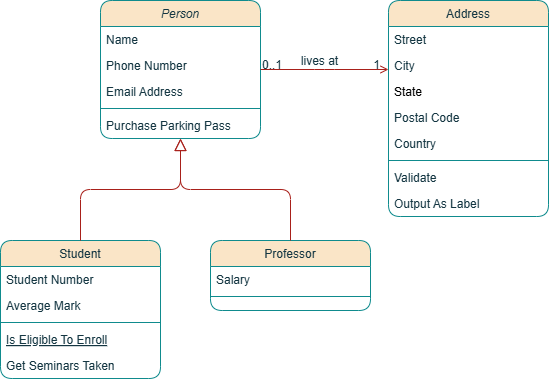
Earlier version of the draw.io export Trail.drawio.png (ravisankargv96/1.SpringWebApp). Source tidied: cells renumbered, new cells last; positions are measured from the earlier drawing's top-left corner, leaving out a move shared by most shapes.
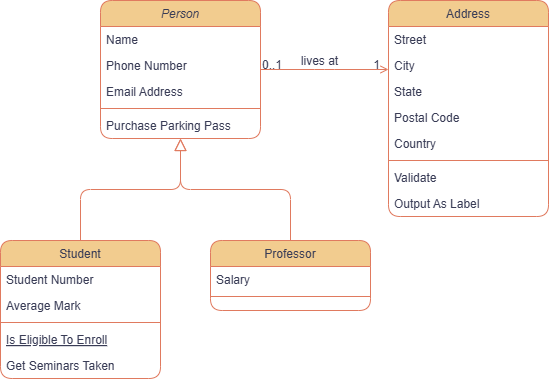
Later version of the same file.

The edit, as a diff of the source:
```diff
@@ -2,100 +2,100 @@
   <root>
     <mxCell id="0" />
     <mxCell id="1" parent="0" />
-    <mxCell id="2" value="Person" style="swimlane;fontStyle=2;align=center;verticalAlign=top;horizontal=1;startSize=26;rounded=1;shadow=0;strokeWidth=1;labelBackgroundColor=none;fillColor=#FAE5C7;strokeColor=#0F8B8D;fontColor=#143642;" parent="1" vertex="1">
+    <mxCell id="2" value="Person" style="swimlane;fontStyle=2;align=center;verticalAlign=top;horizontal=1;startSize=26;rounded=1;shadow=0;strokeWidth=1;labelBackgroundColor=none;fillColor=#F2CC8F;strokeColor=#E07A5F;fontColor=#393C56;" parent="1" vertex="1">
       <mxGeometry x="100" width="160" height="138" as="geometry" />
     </mxCell>
-    <mxCell id="3" value="Name" style="text;align=left;verticalAlign=top;spacingLeft=4;spacingRight=4;overflow=hidden;labelBackgroundColor=none;rounded=1;fontColor=#143642;" parent="2" vertex="1">
+    <mxCell id="3" value="Name" style="text;align=left;verticalAlign=top;spacingLeft=4;spacingRight=4;overflow=hidden;labelBackgroundColor=none;rounded=1;fontColor=#393C56;" parent="2" vertex="1">
       <mxGeometry y="26" width="160" height="26" as="geometry" />
     </mxCell>
-    <mxCell id="4" value="Phone Number" style="text;align=left;verticalAlign=top;spacingLeft=4;spacingRight=4;overflow=hidden;rounded=1;shadow=0;html=0;labelBackgroundColor=none;fontColor=#143642;" parent="2" vertex="1">
+    <mxCell id="4" value="Phone Number" style="text;align=left;verticalAlign=top;spacingLeft=4;spacingRight=4;overflow=hidden;rounded=1;shadow=0;html=0;labelBackgroundColor=none;fontColor=#393C56;" parent="2" vertex="1">
       <mxGeometry y="52" width="160" height="26" as="geometry" />
     </mxCell>
-    <mxCell id="5" value="Email Address" style="text;align=left;verticalAlign=top;spacingLeft=4;spacingRight=4;overflow=hidden;rounded=1;shadow=0;html=0;labelBackgroundColor=none;fontColor=#143642;" parent="2" vertex="1">
+    <mxCell id="5" value="Email Address" style="text;align=left;verticalAlign=top;spacingLeft=4;spacingRight=4;overflow=hidden;rounded=1;shadow=0;html=0;labelBackgroundColor=none;fontColor=#393C56;" parent="2" vertex="1">
       <mxGeometry y="78" width="160" height="26" as="geometry" />
     </mxCell>
-    <mxCell id="6" style="line;html=1;strokeWidth=1;align=left;verticalAlign=middle;spacingTop=-1;spacingLeft=3;spacingRight=3;labelPosition=right;labelBackgroundColor=none;rounded=1;fillColor=#FAE5C7;strokeColor=#0F8B8D;fontColor=#143642;" parent="2" vertex="1">
+    <mxCell id="6" style="line;html=1;strokeWidth=1;align=left;verticalAlign=middle;spacingTop=-1;spacingLeft=3;spacingRight=3;labelPosition=right;labelBackgroundColor=none;rounded=1;fillColor=#F2CC8F;strokeColor=#E07A5F;fontColor=#393C56;" parent="2" vertex="1">
       <mxGeometry y="104" width="160" height="8" as="geometry" />
     </mxCell>
-    <mxCell id="7" value="Purchase Parking Pass" style="text;align=left;verticalAlign=top;spacingLeft=4;spacingRight=4;overflow=hidden;labelBackgroundColor=none;rounded=1;fontColor=#143642;" parent="2" vertex="1">
+    <mxCell id="7" value="Purchase Parking Pass" style="text;align=left;verticalAlign=top;spacingLeft=4;spacingRight=4;overflow=hidden;labelBackgroundColor=none;rounded=1;fontColor=#393C56;" parent="2" vertex="1">
       <mxGeometry y="112" width="160" height="26" as="geometry" />
     </mxCell>
-    <mxCell id="8" value="Student" style="swimlane;fontStyle=0;align=center;verticalAlign=top;horizontal=1;startSize=26;rounded=1;shadow=0;strokeWidth=1;labelBackgroundColor=none;fillColor=#FAE5C7;strokeColor=#0F8B8D;fontColor=#143642;" parent="1" vertex="1">
+    <mxCell id="8" value="Student" style="swimlane;fontStyle=0;align=center;verticalAlign=top;horizontal=1;startSize=26;rounded=1;shadow=0;strokeWidth=1;labelBackgroundColor=none;fillColor=#F2CC8F;strokeColor=#E07A5F;fontColor=#393C56;" parent="1" vertex="1">
       <mxGeometry y="240" width="160" height="138" as="geometry" />
     </mxCell>
-    <mxCell id="9" value="Student Number" style="text;align=left;verticalAlign=top;spacingLeft=4;spacingRight=4;overflow=hidden;labelBackgroundColor=none;rounded=1;fontColor=#143642;" parent="8" vertex="1">
+    <mxCell id="9" value="Student Number" style="text;align=left;verticalAlign=top;spacingLeft=4;spacingRight=4;overflow=hidden;labelBackgroundColor=none;rounded=1;fontColor=#393C56;" parent="8" vertex="1">
       <mxGeometry y="26" width="160" height="26" as="geometry" />
     </mxCell>
-    <mxCell id="10" value="Average Mark" style="text;align=left;verticalAlign=top;spacingLeft=4;spacingRight=4;overflow=hidden;rounded=1;shadow=0;html=0;labelBackgroundColor=none;fontColor=#143642;" parent="8" vertex="1">
+    <mxCell id="10" value="Average Mark" style="text;align=left;verticalAlign=top;spacingLeft=4;spacingRight=4;overflow=hidden;rounded=1;shadow=0;html=0;labelBackgroundColor=none;fontColor=#393C56;" parent="8" vertex="1">
       <mxGeometry y="52" width="160" height="26" as="geometry" />
     </mxCell>
-    <mxCell id="11" style="line;html=1;strokeWidth=1;align=left;verticalAlign=middle;spacingTop=-1;spacingLeft=3;spacingRight=3;labelPosition=right;labelBackgroundColor=none;rounded=1;fillColor=#FAE5C7;strokeColor=#0F8B8D;fontColor=#143642;" parent="8" vertex="1">
+    <mxCell id="11" style="line;html=1;strokeWidth=1;align=left;verticalAlign=middle;spacingTop=-1;spacingLeft=3;spacingRight=3;labelPosition=right;labelBackgroundColor=none;rounded=1;fillColor=#F2CC8F;strokeColor=#E07A5F;fontColor=#393C56;" parent="8" vertex="1">
       <mxGeometry y="78" width="160" height="8" as="geometry" />
     </mxCell>
-    <mxCell id="12" value="Is Eligible To Enroll" style="text;align=left;verticalAlign=top;spacingLeft=4;spacingRight=4;overflow=hidden;fontStyle=4;labelBackgroundColor=none;rounded=1;fontColor=#143642;" parent="8" vertex="1">
+    <mxCell id="12" value="Is Eligible To Enroll" style="text;align=left;verticalAlign=top;spacingLeft=4;spacingRight=4;overflow=hidden;fontStyle=4;labelBackgroundColor=none;rounded=1;fontColor=#393C56;" parent="8" vertex="1">
       <mxGeometry y="86" width="160" height="26" as="geometry" />
     </mxCell>
-    <mxCell id="13" value="Get Seminars Taken" style="text;align=left;verticalAlign=top;spacingLeft=4;spacingRight=4;overflow=hidden;labelBackgroundColor=none;rounded=1;fontColor=#143642;" parent="8" vertex="1">
+    <mxCell id="13" value="Get Seminars Taken" style="text;align=left;verticalAlign=top;spacingLeft=4;spacingRight=4;overflow=hidden;labelBackgroundColor=none;rounded=1;fontColor=#393C56;" parent="8" vertex="1">
       <mxGeometry y="112" width="160" height="26" as="geometry" />
     </mxCell>
-    <mxCell id="14" style="endArrow=block;endSize=10;endFill=0;shadow=0;strokeWidth=1;rounded=1;curved=0;edgeStyle=elbowEdgeStyle;elbow=vertical;labelBackgroundColor=none;fontColor=default;strokeColor=#A8201A;" parent="1" edge="1" source="8" target="2">
+    <mxCell id="14" style="endArrow=block;endSize=10;endFill=0;shadow=0;strokeWidth=1;rounded=1;curved=0;edgeStyle=elbowEdgeStyle;elbow=vertical;labelBackgroundColor=none;fontColor=default;strokeColor=#E07A5F;" parent="1" edge="1" source="8" target="2">
       <mxGeometry relative="1" as="geometry" />
     </mxCell>
-    <mxCell id="15" value="Professor" style="swimlane;fontStyle=0;align=center;verticalAlign=top;horizontal=1;startSize=26;rounded=1;shadow=0;strokeWidth=1;labelBackgroundColor=none;fillColor=#FAE5C7;strokeColor=#0F8B8D;fontColor=#143642;" parent="1" vertex="1">
+    <mxCell id="15" value="Professor" style="swimlane;fontStyle=0;align=center;verticalAlign=top;horizontal=1;startSize=26;rounded=1;shadow=0;strokeWidth=1;labelBackgroundColor=none;fillColor=#F2CC8F;strokeColor=#E07A5F;fontColor=#393C56;" parent="1" vertex="1">
       <mxGeometry x="210" y="240" width="160" height="70" as="geometry" />
     </mxCell>
-    <mxCell id="16" value="Salary" style="text;align=left;verticalAlign=top;spacingLeft=4;spacingRight=4;overflow=hidden;labelBackgroundColor=none;rounded=1;fontColor=#143642;" parent="15" vertex="1">
+    <mxCell id="16" value="Salary" style="text;align=left;verticalAlign=top;spacingLeft=4;spacingRight=4;overflow=hidden;labelBackgroundColor=none;rounded=1;fontColor=#393C56;" parent="15" vertex="1">
       <mxGeometry y="26" width="160" height="26" as="geometry" />
     </mxCell>
-    <mxCell id="17" style="line;html=1;strokeWidth=1;align=left;verticalAlign=middle;spacingTop=-1;spacingLeft=3;spacingRight=3;labelPosition=right;labelBackgroundColor=none;rounded=1;fillColor=#FAE5C7;strokeColor=#0F8B8D;fontColor=#143642;" parent="15" vertex="1">
+    <mxCell id="17" style="line;html=1;strokeWidth=1;align=left;verticalAlign=middle;spacingTop=-1;spacingLeft=3;spacingRight=3;labelPosition=right;labelBackgroundColor=none;rounded=1;fillColor=#F2CC8F;strokeColor=#E07A5F;fontColor=#393C56;" parent="15" vertex="1">
       <mxGeometry y="52" width="160" height="8" as="geometry" />
     </mxCell>
-    <mxCell id="18" style="endArrow=block;endSize=10;endFill=0;shadow=0;strokeWidth=1;rounded=1;curved=0;edgeStyle=elbowEdgeStyle;elbow=vertical;labelBackgroundColor=none;fontColor=default;strokeColor=#A8201A;" parent="1" edge="1" source="15" target="2">
+    <mxCell id="18" style="endArrow=block;endSize=10;endFill=0;shadow=0;strokeWidth=1;rounded=1;curved=0;edgeStyle=elbowEdgeStyle;elbow=vertical;labelBackgroundColor=none;fontColor=default;strokeColor=#E07A5F;" parent="1" edge="1" source="15" target="2">
       <mxGeometry relative="1" as="geometry" />
     </mxCell>
-    <mxCell id="19" value="Address" style="swimlane;fontStyle=0;align=center;verticalAlign=top;horizontal=1;startSize=26;rounded=1;shadow=0;strokeWidth=1;labelBackgroundColor=none;fillColor=#FAE5C7;strokeColor=#0F8B8D;fontColor=#143642;" parent="1" vertex="1">
+    <mxCell id="19" value="Address" style="swimlane;fontStyle=0;align=center;verticalAlign=top;horizontal=1;startSize=26;rounded=1;shadow=0;strokeWidth=1;labelBackgroundColor=none;fillColor=#F2CC8F;strokeColor=#E07A5F;fontColor=#393C56;" parent="1" vertex="1">
       <mxGeometry x="388" width="160" height="216" as="geometry" />
     </mxCell>
-    <mxCell id="20" value="Street" style="text;align=left;verticalAlign=top;spacingLeft=4;spacingRight=4;overflow=hidden;labelBackgroundColor=none;rounded=1;fontColor=#143642;" parent="19" vertex="1">
+    <mxCell id="20" value="Street" style="text;align=left;verticalAlign=top;spacingLeft=4;spacingRight=4;overflow=hidden;labelBackgroundColor=none;rounded=1;fontColor=#393C56;" parent="19" vertex="1">
       <mxGeometry y="26" width="160" height="26" as="geometry" />
     </mxCell>
-    <mxCell id="21" value="City" style="text;align=left;verticalAlign=top;spacingLeft=4;spacingRight=4;overflow=hidden;rounded=1;shadow=0;html=0;labelBackgroundColor=none;fontColor=#143642;" parent="19" vertex="1">
+    <mxCell id="21" value="City" style="text;align=left;verticalAlign=top;spacingLeft=4;spacingRight=4;overflow=hidden;rounded=1;shadow=0;html=0;labelBackgroundColor=none;fontColor=#393C56;" parent="19" vertex="1">
       <mxGeometry y="52" width="160" height="26" as="geometry" />
     </mxCell>
-    <mxCell id="22" value="State" style="text;align=left;verticalAlign=top;spacingLeft=4;spacingRight=4;overflow=hidden;rounded=1;shadow=0;html=0;labelBackgroundColor=none;" parent="19" vertex="1">
+    <mxCell id="22" value="State" style="text;align=left;verticalAlign=top;spacingLeft=4;spacingRight=4;overflow=hidden;rounded=1;shadow=0;html=0;labelBackgroundColor=none;fontColor=#393C56;" parent="19" vertex="1">
       <mxGeometry y="78" width="160" height="26" as="geometry" />
     </mxCell>
-    <mxCell id="23" value="Postal Code" style="text;align=left;verticalAlign=top;spacingLeft=4;spacingRight=4;overflow=hidden;rounded=1;shadow=0;html=0;labelBackgroundColor=none;fontColor=#143642;" parent="19" vertex="1">
+    <mxCell id="23" value="Postal Code" style="text;align=left;verticalAlign=top;spacingLeft=4;spacingRight=4;overflow=hidden;rounded=1;shadow=0;html=0;labelBackgroundColor=none;fontColor=#393C56;" parent="19" vertex="1">
       <mxGeometry y="104" width="160" height="26" as="geometry" />
     </mxCell>
-    <mxCell id="24" value="Country" style="text;align=left;verticalAlign=top;spacingLeft=4;spacingRight=4;overflow=hidden;rounded=1;shadow=0;html=0;labelBackgroundColor=none;fontColor=#143642;" parent="19" vertex="1">
+    <mxCell id="24" value="Country" style="text;align=left;verticalAlign=top;spacingLeft=4;spacingRight=4;overflow=hidden;rounded=1;shadow=0;html=0;labelBackgroundColor=none;fontColor=#393C56;" parent="19" vertex="1">
       <mxGeometry y="130" width="160" height="26" as="geometry" />
     </mxCell>
-    <mxCell id="25" style="line;html=1;strokeWidth=1;align=left;verticalAlign=middle;spacingTop=-1;spacingLeft=3;spacingRight=3;labelPosition=right;labelBackgroundColor=none;rounded=1;fillColor=#FAE5C7;strokeColor=#0F8B8D;fontColor=#143642;" parent="19" vertex="1">
+    <mxCell id="25" style="line;html=1;strokeWidth=1;align=left;verticalAlign=middle;spacingTop=-1;spacingLeft=3;spacingRight=3;labelPosition=right;labelBackgroundColor=none;rounded=1;fillColor=#F2CC8F;strokeColor=#E07A5F;fontColor=#393C56;" parent="19" vertex="1">
       <mxGeometry y="156" width="160" height="8" as="geometry" />
     </mxCell>
-    <mxCell id="26" value="Validate" style="text;align=left;verticalAlign=top;spacingLeft=4;spacingRight=4;overflow=hidden;labelBackgroundColor=none;rounded=1;fontColor=#143642;" parent="19" vertex="1">
+    <mxCell id="26" value="Validate" style="text;align=left;verticalAlign=top;spacingLeft=4;spacingRight=4;overflow=hidden;labelBackgroundColor=none;rounded=1;fontColor=#393C56;" parent="19" vertex="1">
       <mxGeometry y="164" width="160" height="26" as="geometry" />
     </mxCell>
-    <mxCell id="27" value="Output As Label" style="text;align=left;verticalAlign=top;spacingLeft=4;spacingRight=4;overflow=hidden;labelBackgroundColor=none;rounded=1;fontColor=#143642;" parent="19" vertex="1">
+    <mxCell id="27" value="Output As Label" style="text;align=left;verticalAlign=top;spacingLeft=4;spacingRight=4;overflow=hidden;labelBackgroundColor=none;rounded=1;fontColor=#393C56;" parent="19" vertex="1">
       <mxGeometry y="190" width="160" height="26" as="geometry" />
     </mxCell>
-    <mxCell id="28" style="endArrow=open;shadow=0;strokeWidth=1;rounded=1;curved=0;endFill=1;edgeStyle=elbowEdgeStyle;elbow=vertical;labelBackgroundColor=none;fontColor=default;strokeColor=#A8201A;" parent="1" edge="1" source="2" target="19">
+    <mxCell id="28" style="endArrow=open;shadow=0;strokeWidth=1;rounded=1;curved=0;endFill=1;edgeStyle=elbowEdgeStyle;elbow=vertical;labelBackgroundColor=none;fontColor=default;strokeColor=#E07A5F;" parent="1" edge="1" source="2" target="19">
       <mxGeometry x="0.5" y="41" relative="1" as="geometry">
         <mxPoint x="-40" y="32" as="offset" />
       </mxGeometry>
     </mxCell>
-    <mxCell id="29" value="0..1" style="align=left;verticalAlign=bottom;labelBackgroundColor=none;fontSize=12;rounded=1;fillColor=#FAE5C7;strokeColor=#0F8B8D;fontColor=#143642;" parent="28" vertex="1">
+    <mxCell id="29" value="0..1" style="align=left;verticalAlign=bottom;labelBackgroundColor=none;fontSize=12;rounded=1;fillColor=#F2CC8F;strokeColor=#E07A5F;fontColor=#393C56;" parent="28" vertex="1">
       <mxGeometry x="-1" relative="1" as="geometry">
         <mxPoint y="4" as="offset" />
       </mxGeometry>
     </mxCell>
-    <mxCell id="30" value="1" style="align=right;verticalAlign=bottom;labelBackgroundColor=none;fontSize=12;rounded=1;fillColor=#FAE5C7;strokeColor=#0F8B8D;fontColor=#143642;" parent="28" vertex="1">
+    <mxCell id="30" value="1" style="align=right;verticalAlign=bottom;labelBackgroundColor=none;fontSize=12;rounded=1;fillColor=#F2CC8F;strokeColor=#E07A5F;fontColor=#393C56;" parent="28" vertex="1">
       <mxGeometry x="1" relative="1" as="geometry">
         <mxPoint x="-7" y="4" as="offset" />
       </mxGeometry>
     </mxCell>
-    <mxCell id="31" value="lives at" style="text;html=1;align=center;verticalAlign=middle;labelBackgroundColor=none;rounded=1;shadow=0;strokeWidth=1;fontSize=12;fontColor=#143642;" parent="28" vertex="1">
+    <mxCell id="31" value="lives at" style="text;html=1;align=center;verticalAlign=middle;labelBackgroundColor=none;rounded=1;shadow=0;strokeWidth=1;fontSize=12;fontColor=#393C56;" parent="28" vertex="1">
       <mxGeometry x="0.5" y="49" relative="1" as="geometry">
         <mxPoint x="-38" y="40" as="offset" />
       </mxGeometry>
```
